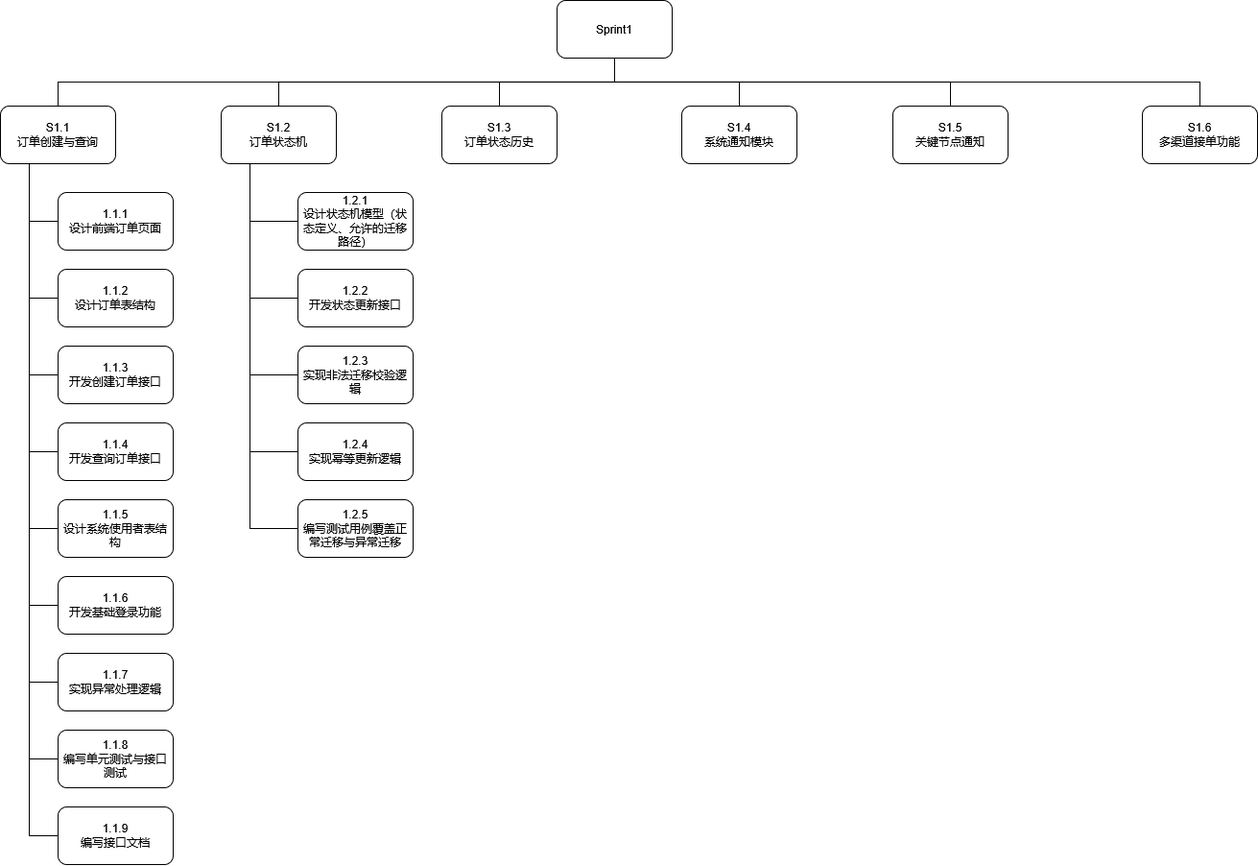
QMCCC010/git.demo keeps this draw.io diagram as 项目管理WBS.png. Above is the earlier version. Source tidied: cells renumbered, new cells last; positions are measured from the earlier drawing's top-left corner, leaving out a move shared by most shapes.
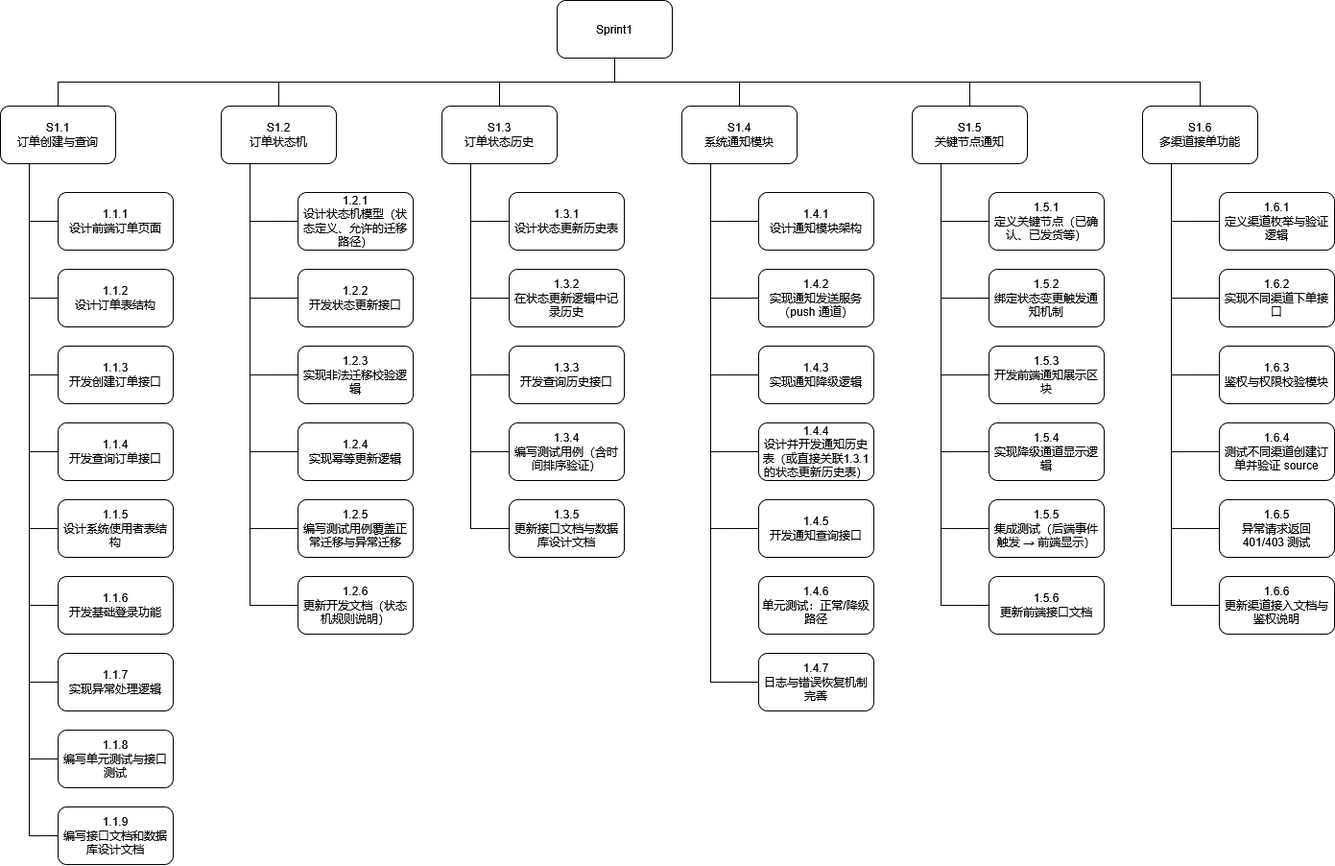
After the commit.

Commit message:
更新项目管理WBS.png

The edit, as a diff of the source:
```diff
@@ -73,18 +73,90 @@
     <mxCell id="24" style="edgeStyle=orthogonalEdgeStyle;rounded=0;jettySize=auto;html=1;exitX=0.25;exitY=1;exitDx=0;exitDy=0;entryX=0;entryY=0.5;entryDx=0;entryDy=0;endArrow=none;endFill=0;" parent="1" edge="1" source="25" target="43">
       <mxGeometry relative="1" as="geometry" />
     </mxCell>
+    <mxCell id="44" style="edgeStyle=orthogonalEdgeStyle;rounded=0;jettySize=auto;html=1;exitX=0.25;exitY=1;exitDx=0;exitDy=0;entryX=0;entryY=0.5;entryDx=0;entryDy=0;endArrow=none;endFill=0;" parent="1" edge="1" source="25" target="68">
+      <mxGeometry relative="1" as="geometry" />
+    </mxCell>
     <mxCell id="25" value="&lt;div&gt;S1.2&lt;/div&gt;&lt;div&gt;订单状态机&lt;/div&gt;" style="rounded=1;whiteSpace=wrap;html=1;" parent="1" vertex="1">
       <mxGeometry x="230" y="110" width="120" height="60" as="geometry" />
     </mxCell>
+    <mxCell id="45" style="edgeStyle=orthogonalEdgeStyle;rounded=0;jettySize=auto;html=1;exitX=0.25;exitY=1;exitDx=0;exitDy=0;entryX=0;entryY=0.5;entryDx=0;entryDy=0;endArrow=none;endFill=0;" parent="1" edge="1" source="26" target="69">
+      <mxGeometry relative="1" as="geometry" />
+    </mxCell>
+    <mxCell id="46" style="edgeStyle=orthogonalEdgeStyle;rounded=0;jettySize=auto;html=1;exitX=0.25;exitY=1;exitDx=0;exitDy=0;entryX=0;entryY=0.5;entryDx=0;entryDy=0;endArrow=none;endFill=0;" parent="1" edge="1" source="26" target="70">
+      <mxGeometry relative="1" as="geometry" />
+    </mxCell>
+    <mxCell id="47" style="edgeStyle=orthogonalEdgeStyle;rounded=0;jettySize=auto;html=1;exitX=0.25;exitY=1;exitDx=0;exitDy=0;entryX=0;entryY=0.5;entryDx=0;entryDy=0;endArrow=none;endFill=0;" parent="1" edge="1" source="26" target="71">
+      <mxGeometry relative="1" as="geometry" />
+    </mxCell>
+    <mxCell id="48" style="edgeStyle=orthogonalEdgeStyle;rounded=0;jettySize=auto;html=1;exitX=0.25;exitY=1;exitDx=0;exitDy=0;entryX=0;entryY=0.5;entryDx=0;entryDy=0;endArrow=none;endFill=0;" parent="1" edge="1" source="26" target="72">
+      <mxGeometry relative="1" as="geometry" />
+    </mxCell>
+    <mxCell id="49" style="edgeStyle=orthogonalEdgeStyle;rounded=0;jettySize=auto;html=1;exitX=0.25;exitY=1;exitDx=0;exitDy=0;entryX=0;entryY=0.5;entryDx=0;entryDy=0;endArrow=none;endFill=0;" parent="1" edge="1" source="26" target="73">
+      <mxGeometry relative="1" as="geometry" />
+    </mxCell>
     <mxCell id="26" value="&lt;div&gt;S1.3&lt;/div&gt;&lt;div&gt;订单状态历史&lt;/div&gt;" style="rounded=1;whiteSpace=wrap;html=1;" parent="1" vertex="1">
       <mxGeometry x="460" y="110" width="120" height="60" as="geometry" />
     </mxCell>
+    <mxCell id="50" style="edgeStyle=orthogonalEdgeStyle;rounded=0;jettySize=auto;html=1;exitX=0.25;exitY=1;exitDx=0;exitDy=0;entryX=0;entryY=0.5;entryDx=0;entryDy=0;endArrow=none;endFill=0;" parent="1" edge="1" source="27" target="74">
+      <mxGeometry relative="1" as="geometry" />
+    </mxCell>
+    <mxCell id="51" style="edgeStyle=orthogonalEdgeStyle;rounded=0;jettySize=auto;html=1;exitX=0.25;exitY=1;exitDx=0;exitDy=0;entryX=0;entryY=0.5;entryDx=0;entryDy=0;endArrow=none;endFill=0;" parent="1" edge="1" source="27" target="75">
+      <mxGeometry relative="1" as="geometry" />
+    </mxCell>
+    <mxCell id="52" style="edgeStyle=orthogonalEdgeStyle;rounded=0;jettySize=auto;html=1;exitX=0.25;exitY=1;exitDx=0;exitDy=0;entryX=0;entryY=0.5;entryDx=0;entryDy=0;endArrow=none;endFill=0;" parent="1" edge="1" source="27" target="76">
+      <mxGeometry relative="1" as="geometry" />
+    </mxCell>
+    <mxCell id="53" style="edgeStyle=orthogonalEdgeStyle;rounded=0;jettySize=auto;html=1;exitX=0.25;exitY=1;exitDx=0;exitDy=0;entryX=0;entryY=0.5;entryDx=0;entryDy=0;endArrow=none;endFill=0;" parent="1" edge="1" source="27" target="77">
+      <mxGeometry relative="1" as="geometry" />
+    </mxCell>
+    <mxCell id="54" style="edgeStyle=orthogonalEdgeStyle;rounded=0;jettySize=auto;html=1;exitX=0.25;exitY=1;exitDx=0;exitDy=0;entryX=0;entryY=0.5;entryDx=0;entryDy=0;endArrow=none;endFill=0;" parent="1" edge="1" source="27" target="78">
+      <mxGeometry relative="1" as="geometry" />
+    </mxCell>
+    <mxCell id="55" style="edgeStyle=orthogonalEdgeStyle;rounded=0;jettySize=auto;html=1;exitX=0.25;exitY=1;exitDx=0;exitDy=0;entryX=0;entryY=0.5;entryDx=0;entryDy=0;endArrow=none;endFill=0;" parent="1" edge="1" source="27" target="80">
+      <mxGeometry relative="1" as="geometry" />
+    </mxCell>
     <mxCell id="27" value="&lt;div&gt;S1.4&lt;/div&gt;&lt;div&gt;系统通知模块&lt;/div&gt;" style="rounded=1;whiteSpace=wrap;html=1;" parent="1" vertex="1">
       <mxGeometry x="710" y="110" width="120" height="60" as="geometry" />
     </mxCell>
+    <mxCell id="56" style="edgeStyle=orthogonalEdgeStyle;rounded=0;jettySize=auto;html=1;exitX=0.25;exitY=1;exitDx=0;exitDy=0;entryX=0;entryY=0.5;entryDx=0;entryDy=0;endArrow=none;endFill=0;" parent="1" edge="1" source="28" target="81">
+      <mxGeometry relative="1" as="geometry" />
+    </mxCell>
+    <mxCell id="57" style="edgeStyle=orthogonalEdgeStyle;rounded=0;jettySize=auto;html=1;exitX=0.25;exitY=1;exitDx=0;exitDy=0;entryX=0;entryY=0.5;entryDx=0;entryDy=0;endArrow=none;endFill=0;" parent="1" edge="1" source="28" target="82">
+      <mxGeometry relative="1" as="geometry" />
+    </mxCell>
+    <mxCell id="58" style="edgeStyle=orthogonalEdgeStyle;rounded=0;jettySize=auto;html=1;exitX=0.25;exitY=1;exitDx=0;exitDy=0;entryX=0;entryY=0.5;entryDx=0;entryDy=0;endArrow=none;endFill=0;" parent="1" edge="1" source="28" target="83">
+      <mxGeometry relative="1" as="geometry" />
+    </mxCell>
+    <mxCell id="59" style="edgeStyle=orthogonalEdgeStyle;rounded=0;jettySize=auto;html=1;exitX=0.25;exitY=1;exitDx=0;exitDy=0;entryX=0;entryY=0.5;entryDx=0;entryDy=0;endArrow=none;endFill=0;" parent="1" edge="1" source="28" target="84">
+      <mxGeometry relative="1" as="geometry" />
+    </mxCell>
+    <mxCell id="60" style="edgeStyle=orthogonalEdgeStyle;rounded=0;jettySize=auto;html=1;exitX=0.25;exitY=1;exitDx=0;exitDy=0;entryX=0;entryY=0.5;entryDx=0;entryDy=0;endArrow=none;endFill=0;" parent="1" edge="1" source="28" target="85">
+      <mxGeometry relative="1" as="geometry" />
+    </mxCell>
+    <mxCell id="61" style="edgeStyle=orthogonalEdgeStyle;rounded=0;jettySize=auto;html=1;exitX=0.25;exitY=1;exitDx=0;exitDy=0;entryX=0;entryY=0.5;entryDx=0;entryDy=0;endArrow=none;endFill=0;" parent="1" edge="1" source="28" target="86">
+      <mxGeometry relative="1" as="geometry" />
+    </mxCell>
     <mxCell id="28" value="&lt;div&gt;S1.5&lt;/div&gt;&lt;div&gt;关键节点通知&lt;/div&gt;" style="rounded=1;whiteSpace=wrap;html=1;" parent="1" vertex="1">
-      <mxGeometry x="930" y="110" width="120" height="60" as="geometry" />
+      <mxGeometry x="950" y="110" width="120" height="60" as="geometry" />
     </mxCell>
+    <mxCell id="62" style="edgeStyle=orthogonalEdgeStyle;rounded=0;jettySize=auto;html=1;exitX=0.25;exitY=1;exitDx=0;exitDy=0;entryX=0;entryY=0.5;entryDx=0;entryDy=0;endArrow=none;endFill=0;" parent="1" edge="1" source="29" target="87">
+      <mxGeometry relative="1" as="geometry" />
+    </mxCell>
+    <mxCell id="63" style="edgeStyle=orthogonalEdgeStyle;rounded=0;jettySize=auto;html=1;exitX=0.25;exitY=1;exitDx=0;exitDy=0;entryX=0;entryY=0.5;entryDx=0;entryDy=0;endArrow=none;endFill=0;" parent="1" edge="1" source="29" target="88">
+      <mxGeometry relative="1" as="geometry" />
+    </mxCell>
+    <mxCell id="64" style="edgeStyle=orthogonalEdgeStyle;rounded=0;jettySize=auto;html=1;exitX=0.25;exitY=1;exitDx=0;exitDy=0;entryX=0;entryY=0.5;entryDx=0;entryDy=0;endArrow=none;endFill=0;" parent="1" edge="1" source="29" target="89">
+      <mxGeometry relative="1" as="geometry" />
+    </mxCell>
+    <mxCell id="65" style="edgeStyle=orthogonalEdgeStyle;rounded=0;jettySize=auto;html=1;exitX=0.25;exitY=1;exitDx=0;exitDy=0;entryX=0;entryY=0.5;entryDx=0;entryDy=0;endArrow=none;endFill=0;" parent="1" edge="1" source="29" target="90">
+      <mxGeometry relative="1" as="geometry" />
+    </mxCell>
+    <mxCell id="66" style="edgeStyle=orthogonalEdgeStyle;rounded=0;jettySize=auto;html=1;exitX=0.25;exitY=1;exitDx=0;exitDy=0;entryX=0;entryY=0.5;entryDx=0;entryDy=0;endArrow=none;endFill=0;" parent="1" edge="1" source="29" target="91">
+      <mxGeometry relative="1" as="geometry" />
+    </mxCell>
+    <mxCell id="67" style="edgeStyle=orthogonalEdgeStyle;rounded=0;jettySize=auto;html=1;exitX=0.25;exitY=1;exitDx=0;exitDy=0;entryX=0;entryY=0.5;entryDx=0;entryDy=0;endArrow=none;endFill=0;" parent="1" edge="1" source="29" target="92">
+      <mxGeometry relative="1" as="geometry" />
+    </mxCell>
     <mxCell id="29" value="&lt;div&gt;S1.6&lt;/div&gt;&lt;div&gt;多渠道接单功能&lt;/div&gt;" style="rounded=1;whiteSpace=wrap;html=1;" parent="1" vertex="1">
       <mxGeometry x="1190" y="110" width="120" height="60" as="geometry" />
     </mxCell>
@@ -109,7 +181,7 @@
     <mxCell id="36" value="&lt;div&gt;1.1.7&lt;/div&gt;&lt;div&gt;实现异常处理逻辑&lt;/div&gt;" style="rounded=1;whiteSpace=wrap;html=1;" parent="1" vertex="1">
       <mxGeometry x="60" y="680" width="120" height="60" as="geometry" />
     </mxCell>
-    <mxCell id="37" value="&lt;div&gt;1.1.9&lt;/div&gt;&lt;div&gt;编写接口文档&lt;/div&gt;" style="rounded=1;whiteSpace=wrap;html=1;" parent="1" vertex="1">
+    <mxCell id="37" value="&lt;div&gt;1.1.9&lt;/div&gt;&lt;div&gt;编写接口文档和数据库设计文档&lt;/div&gt;" style="rounded=1;whiteSpace=wrap;html=1;" parent="1" vertex="1">
       <mxGeometry x="60" y="840" width="120" height="60" as="geometry" />
     </mxCell>
     <mxCell id="38" value="&lt;div&gt;1.1.8&lt;/div&gt;&lt;div&gt;编写单元测试与接口测试&lt;/div&gt;" style="rounded=1;whiteSpace=wrap;html=1;" parent="1" vertex="1">
@@ -130,5 +202,80 @@
     <mxCell id="43" value="&lt;div&gt;1.2.5&lt;/div&gt;&lt;div&gt;编写测试用例覆盖正常迁移与异常迁移&lt;/div&gt;" style="rounded=1;whiteSpace=wrap;html=1;" parent="1" vertex="1">
       <mxGeometry x="310" y="520" width="120" height="60" as="geometry" />
     </mxCell>
+    <mxCell id="68" value="&lt;div&gt;1.2.6&lt;/div&gt;&lt;div&gt;更新开发文档（状态机规则说明）&lt;/div&gt;" style="rounded=1;whiteSpace=wrap;html=1;" parent="1" vertex="1">
+      <mxGeometry x="310" y="600" width="120" height="60" as="geometry" />
+    </mxCell>
+    <mxCell id="69" value="&lt;div&gt;1.3.1&lt;/div&gt;&lt;div&gt;设计状态更新历史表&lt;/div&gt;" style="rounded=1;whiteSpace=wrap;html=1;" parent="1" vertex="1">
+      <mxGeometry x="530" y="200" width="120" height="60" as="geometry" />
+    </mxCell>
+    <mxCell id="70" value="&lt;div&gt;1.3.2&lt;/div&gt;&lt;div&gt;在状态更新逻辑中记录历史&lt;/div&gt;" style="rounded=1;whiteSpace=wrap;html=1;" parent="1" vertex="1">
+      <mxGeometry x="530" y="280" width="120" height="60" as="geometry" />
+    </mxCell>
+    <mxCell id="71" value="&lt;div&gt;1.3.3&lt;/div&gt;&lt;div&gt;开发查询历史接口&lt;/div&gt;" style="rounded=1;whiteSpace=wrap;html=1;" parent="1" vertex="1">
+      <mxGeometry x="530" y="360" width="120" height="60" as="geometry" />
+    </mxCell>
+    <mxCell id="72" value="&lt;div&gt;1.3.4&lt;/div&gt;&lt;div&gt;编写测试用例（含时间排序验证）&lt;/div&gt;" style="rounded=1;whiteSpace=wrap;html=1;" parent="1" vertex="1">
+      <mxGeometry x="530" y="440" width="120" height="60" as="geometry" />
+    </mxCell>
+    <mxCell id="73" value="&lt;div&gt;1.3.5&lt;/div&gt;&lt;div&gt;更新接口文档与数据库设计文档&lt;/div&gt;" style="rounded=1;whiteSpace=wrap;html=1;" parent="1" vertex="1">
+      <mxGeometry x="530" y="520" width="120" height="60" as="geometry" />
+    </mxCell>
+    <mxCell id="74" value="&lt;div&gt;1.4.1&lt;/div&gt;&lt;div&gt;设计通知模块架构&lt;/div&gt;" style="rounded=1;whiteSpace=wrap;html=1;" parent="1" vertex="1">
+      <mxGeometry x="790" y="200" width="120" height="60" as="geometry" />
+    </mxCell>
+    <mxCell id="75" value="&lt;div&gt;1.4.2&lt;/div&gt;&lt;div&gt;实现通知发送服务（push 通道）&lt;/div&gt;" style="rounded=1;whiteSpace=wrap;html=1;" parent="1" vertex="1">
+      <mxGeometry x="790" y="280" width="120" height="60" as="geometry" />
+    </mxCell>
+    <mxCell id="76" value="&lt;div&gt;1.4.3&lt;/div&gt;&lt;div&gt;实现通知降级逻辑&lt;/div&gt;" style="rounded=1;whiteSpace=wrap;html=1;" parent="1" vertex="1">
+      <mxGeometry x="790" y="360" width="120" height="60" as="geometry" />
+    </mxCell>
+    <mxCell id="77" value="&lt;div&gt;1.4.4&lt;/div&gt;&lt;div&gt;设计并开发通知历史表（或直接关联1.3.1的状态更新历史表）&lt;/div&gt;" style="rounded=1;whiteSpace=wrap;html=1;" parent="1" vertex="1">
+      <mxGeometry x="790" y="440" width="120" height="60" as="geometry" />
+    </mxCell>
+    <mxCell id="78" value="&lt;div&gt;1.4.5&lt;/div&gt;&lt;div&gt;开发通知查询接口&lt;/div&gt;" style="rounded=1;whiteSpace=wrap;html=1;" parent="1" vertex="1">
+      <mxGeometry x="790" y="520" width="120" height="60" as="geometry" />
+    </mxCell>
+    <mxCell id="79" value="&lt;div&gt;1.4.6&lt;/div&gt;&lt;div&gt;单元测试：正常/降级路径&lt;/div&gt;" style="rounded=1;whiteSpace=wrap;html=1;" parent="1" vertex="1">
+      <mxGeometry x="790" y="600" width="120" height="60" as="geometry" />
+    </mxCell>
+    <mxCell id="80" value="&lt;div&gt;1.4.7&lt;/div&gt;&lt;div&gt; 日志与错误恢复机制完善&lt;/div&gt;" style="rounded=1;whiteSpace=wrap;html=1;" parent="1" vertex="1">
+      <mxGeometry x="790" y="680" width="120" height="60" as="geometry" />
+    </mxCell>
+    <mxCell id="81" value="&lt;div&gt;1.5.1&lt;/div&gt;&lt;div&gt;定义关键节点（已确认、已发货等）&lt;/div&gt;" style="rounded=1;whiteSpace=wrap;html=1;" parent="1" vertex="1">
+      <mxGeometry x="1030" y="200" width="120" height="60" as="geometry" />
+    </mxCell>
+    <mxCell id="82" value="&lt;div&gt;1.5.2&lt;/div&gt;&lt;div&gt;绑定状态变更触发通知机制&lt;/div&gt;" style="rounded=1;whiteSpace=wrap;html=1;" parent="1" vertex="1">
+      <mxGeometry x="1030" y="280" width="120" height="60" as="geometry" />
+    </mxCell>
+    <mxCell id="83" value="&lt;div&gt;1.5.3&lt;/div&gt;&lt;div&gt;开发前端通知展示区块&lt;/div&gt;" style="rounded=1;whiteSpace=wrap;html=1;" parent="1" vertex="1">
+      <mxGeometry x="1030" y="360" width="120" height="60" as="geometry" />
+    </mxCell>
+    <mxCell id="84" value="&lt;div&gt;1.5.4&lt;/div&gt;&lt;div&gt;实现降级通道显示逻辑&lt;/div&gt;" style="rounded=1;whiteSpace=wrap;html=1;" parent="1" vertex="1">
+      <mxGeometry x="1030" y="440" width="120" height="60" as="geometry" />
+    </mxCell>
+    <mxCell id="85" value="&lt;div&gt;1.5.5&lt;/div&gt;&lt;div&gt;集成测试（后端事件触发 → 前端显示）&lt;/div&gt;" style="rounded=1;whiteSpace=wrap;html=1;" parent="1" vertex="1">
+      <mxGeometry x="1030" y="520" width="120" height="60" as="geometry" />
+    </mxCell>
+    <mxCell id="86" value="&lt;div&gt;1.5.6&lt;/div&gt;&lt;div&gt;更新前端接口文档&lt;/div&gt;" style="rounded=1;whiteSpace=wrap;html=1;" parent="1" vertex="1">
+      <mxGeometry x="1030" y="600" width="120" height="60" as="geometry" />
+    </mxCell>
+    <mxCell id="87" value="&lt;div&gt;1.6.1&lt;/div&gt;&lt;div&gt;定义渠道枚举与验证逻辑&lt;/div&gt;" style="rounded=1;whiteSpace=wrap;html=1;" parent="1" vertex="1">
+      <mxGeometry x="1270" y="200" width="120" height="60" as="geometry" />
+    </mxCell>
+    <mxCell id="88" value="&lt;div&gt;1.6.2&lt;/div&gt;&lt;div&gt;实现不同渠道下单接口&lt;/div&gt;" style="rounded=1;whiteSpace=wrap;html=1;" parent="1" vertex="1">
+      <mxGeometry x="1270" y="280" width="120" height="60" as="geometry" />
+    </mxCell>
+    <mxCell id="89" value="&lt;div&gt;1.6.3&lt;/div&gt;&lt;div&gt;鉴权与权限校验模块&lt;/div&gt;" style="rounded=1;whiteSpace=wrap;html=1;" parent="1" vertex="1">
+      <mxGeometry x="1270" y="360" width="120" height="60" as="geometry" />
+    </mxCell>
+    <mxCell id="90" value="&lt;div&gt;1.6.4&lt;/div&gt;&lt;div&gt;测试不同渠道创建订单并验证 source&lt;/div&gt;" style="rounded=1;whiteSpace=wrap;html=1;" parent="1" vertex="1">
+      <mxGeometry x="1270" y="440" width="120" height="60" as="geometry" />
+    </mxCell>
+    <mxCell id="91" value="&lt;div&gt;1.6.5&lt;/div&gt;&lt;div&gt;异常请求返回 401/403 测试&lt;/div&gt;" style="rounded=1;whiteSpace=wrap;html=1;" parent="1" vertex="1">
+      <mxGeometry x="1270" y="520" width="120" height="60" as="geometry" />
+    </mxCell>
+    <mxCell id="92" value="&lt;div&gt;1.6.6&lt;/div&gt;&lt;div&gt;更新渠道接入文档与鉴权说明&lt;/div&gt;" style="rounded=1;whiteSpace=wrap;html=1;" parent="1" vertex="1">
+      <mxGeometry x="1270" y="600" width="120" height="60" as="geometry" />
+    </mxCell>
   </root>
 </mxGraphModel>
```
